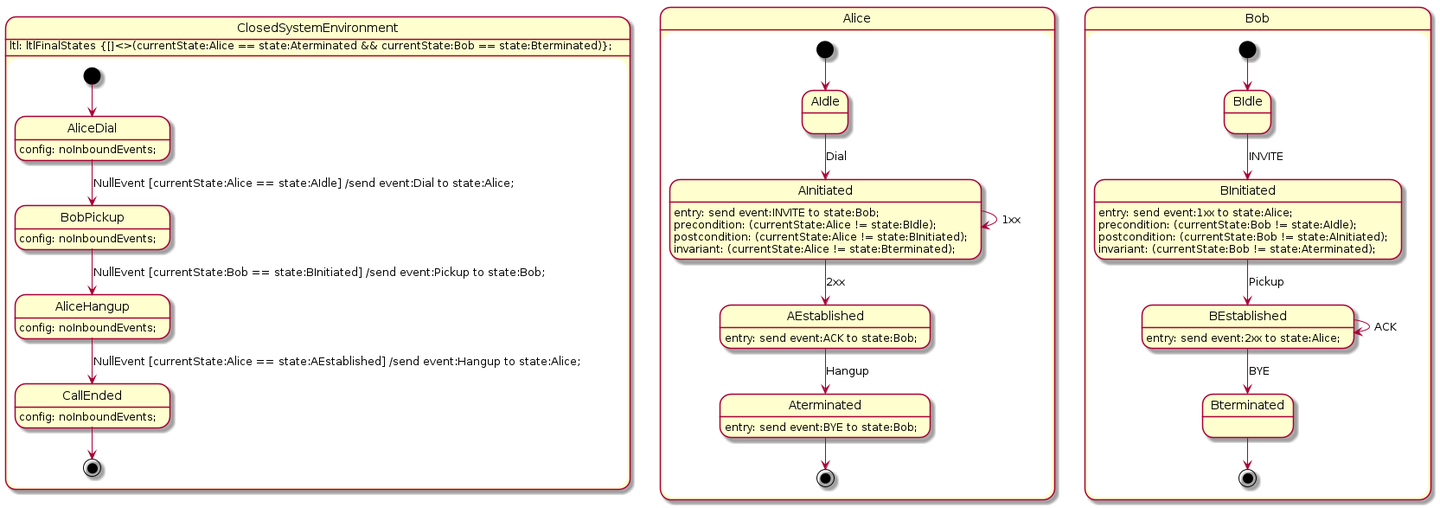
This is plantuml/sip/sip.png from melintea/upml, a PlantUML export, as it was before one commit. Its source is kept beside it as plantuml/sip/sip.plantuml. The source it was exported from:
```plantuml
@startuml

state ClosedSystemEnvironment {
[*] --> AliceDial
AliceDial: config: noInboundEvents;
AliceDial --> BobPickup : NullEvent [currentState:Alice == state:AIdle] /send event:Dial to state:Alice;

BobPickup: config: noInboundEvents;
BobPickup --> AliceHangup : NullEvent [currentState:Bob == state:BInitiated] /send event:Pickup to state:Bob;

AliceHangup: config: noInboundEvents;
AliceHangup --> CallEnded : NullEvent [currentState:Alice == state:AEstablished] /send event:Hangup to state:Alice;

CallEnded: config: noInboundEvents;
CallEnded --> [*]

ClosedSystemEnvironment: ltl: ltlFinalStates {<>[](currentState:ClosedSystemEnvironment == state:CallEnded && currentState:Alice == state:Aterminated && currentState:Bob == state:Bterminated)};
}


state Alice {
  [*] --> AIdle
  AIdle --> AInitiated : Dial

  AInitiated: entry: send event:INVITE to state:Bob;
  AInitiated --> AInitiated : 1xx
  AInitiated --> AEstablished : 2xx

  AEstablished: entry: send event:ACK to state:Bob;
  AEstablished --> Aterminated : Hangup

  Aterminated: entry: send event:BYE to state:Bob;
  Aterminated --> [*]

  //AInitiated: timeout: send event:Hangup to state:Alice;
  AInitiated: precondition: (currentState:Alice != state:BIdle);
  AInitiated: postcondition: (currentState:Alice != state:BInitiated);
  AInitiated: invariant: (currentState:Alice != state:Bterminated);
}

//||

state Bob {
  [*] --> BIdle
  BIdle --> BInitiated : INVITE

  BInitiated: entry: send event:1xx to state:Alice;
  BInitiated --> BEstablished : Pickup

  BEstablished: entry: send event:2xx to state:Alice;
  BEstablished --> BEstablished : ACK
  BEstablished --> Bterminated : BYE

  Bterminated --> [*]

  //BInitiated: timeout: send event:Hangup to state:Alice;
  BInitiated: precondition: (currentState:Bob != state:AIdle);
  BInitiated: postcondition: (currentState:Bob != state:AInitiated);
  BInitiated: invariant: (currentState:Bob != state:Aterminated);

}

@enduml
```
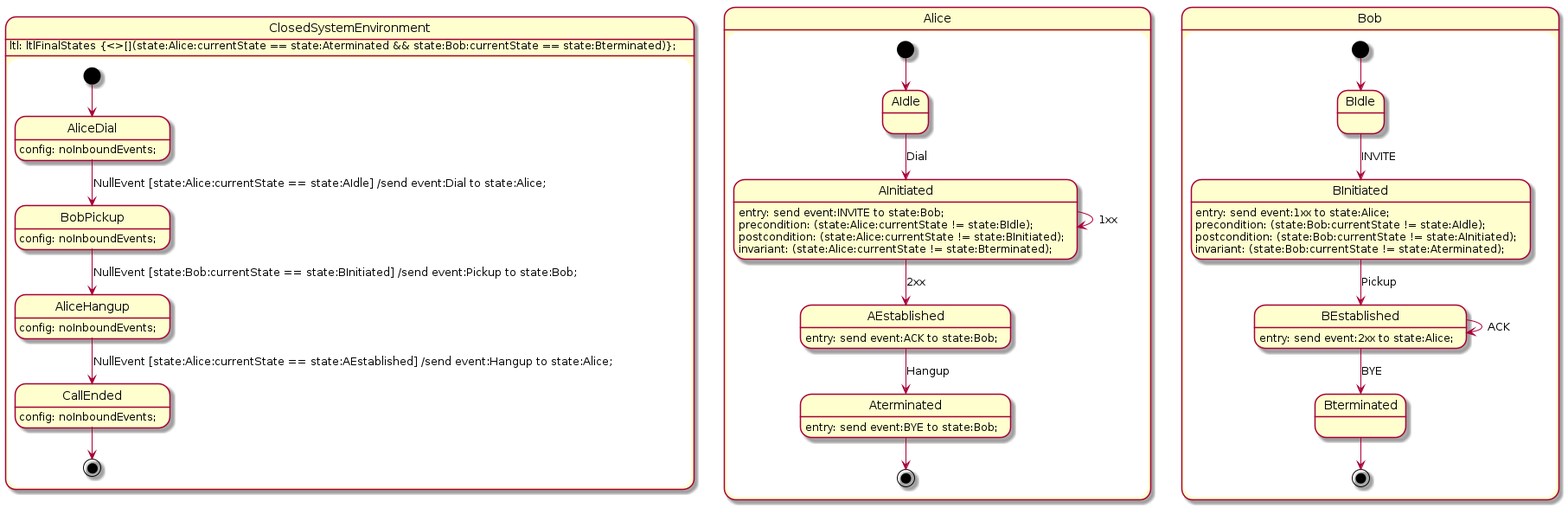
After the commit.

What changed in the source:
```diff
@@ -3,18 +3,18 @@
 state ClosedSystemEnvironment {
 [*] --> AliceDial
 AliceDial: config: noInboundEvents;
-AliceDial --> BobPickup : NullEvent [currentState:Alice == state:AIdle] /send event:Dial to state:Alice;
+AliceDial --> BobPickup : NullEvent [state:Alice:currentState == state:AIdle] /send event:Dial to state:Alice;
 
 BobPickup: config: noInboundEvents;
-BobPickup --> AliceHangup : NullEvent [currentState:Bob == state:BInitiated] /send event:Pickup to state:Bob;
+BobPickup --> AliceHangup : NullEvent [state:Bob:currentState == state:BInitiated] /send event:Pickup to state:Bob;
 
 AliceHangup: config: noInboundEvents;
-AliceHangup --> CallEnded : NullEvent [currentState:Alice == state:AEstablished] /send event:Hangup to state:Alice;
+AliceHangup --> CallEnded : NullEvent [state:Alice:currentState == state:AEstablished] /send event:Hangup to state:Alice;
 
 CallEnded: config: noInboundEvents;
 CallEnded --> [*]
 
-ClosedSystemEnvironment: ltl: ltlFinalStates {<>[](currentState:ClosedSystemEnvironment == state:CallEnded && currentState:Alice == state:Aterminated && currentState:Bob == state:Bterminated)};
+ClosedSystemEnvironment: ltl: ltlFinalStates {<>[](state:ClosedSystemEnvironment:currentState == state:CallEnded && state:Alice:currentState == state:Aterminated && state:Bob:currentState == state:Bterminated)};
 }
 
 
@@ -33,9 +33,9 @@
   Aterminated --> [*]
 
   //AInitiated: timeout: send event:Hangup to state:Alice;
-  AInitiated: precondition: (currentState:Alice != state:BIdle);
-  AInitiated: postcondition: (currentState:Alice != state:BInitiated);
-  AInitiated: invariant: (currentState:Alice != state:Bterminated);
+  AInitiated: precondition: (state:Alice:currentState != state:BIdle);
+  AInitiated: postcondition: (state:Alice:currentState != state:BInitiated);
+  AInitiated: invariant: (state:Alice:currentState != state:Bterminated);
 }
 
 //||
@@ -54,9 +54,9 @@
   Bterminated --> [*]
 
   //BInitiated: timeout: send event:Hangup to state:Alice;
-  BInitiated: precondition: (currentState:Bob != state:AIdle);
-  BInitiated: postcondition: (currentState:Bob != state:AInitiated);
-  BInitiated: invariant: (currentState:Bob != state:Aterminated);
+  BInitiated: precondition: (state:Bob:currentState != state:AIdle);
+  BInitiated: postcondition: (state:Bob:currentState != state:AInitiated);
+  BInitiated: invariant: (state:Bob:currentState != state:Aterminated);
 
 }
 
```
